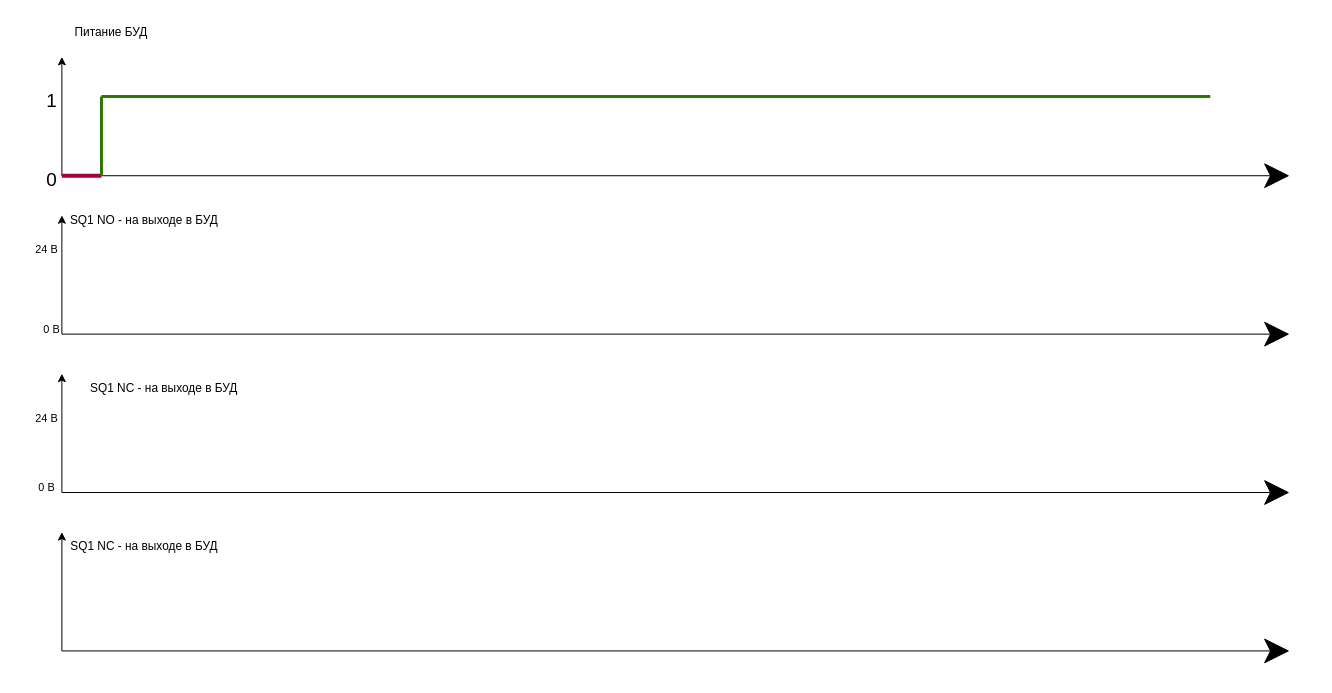
Earlier version of the draw.io diagram page "Страница-1" (1 of 2) of Предиктив.drawio (AymaaDD/drawio). Source tidied: cells renumbered, new cells numbered last; positions are measured from the earlier drawing's top-left corner, leaving out a move shared by most shapes. Both pictures are drawn from the tidied source at 99%, with x=0, y=0 at pixel (17, 17).
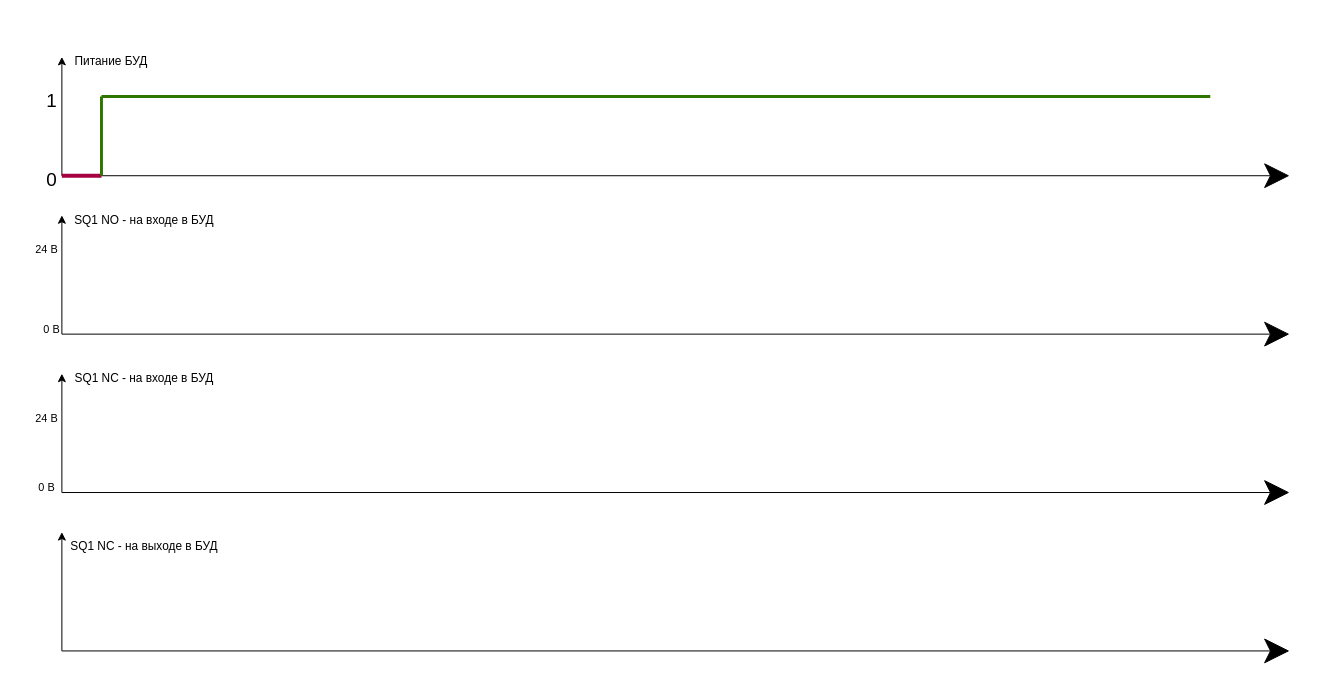
After the change.

Commit message:
Чет сделал

Diff of the diagram source:
```diff
@@
     <mxCell id="15" value="Питание БУД" style="text;html=1;whiteSpace=wrap;strokeColor=none;fillColor=none;align=center;verticalAlign=middle;rounded=0;" parent="1" vertex="1">
-      <mxGeometry x="45" width="100" height="30" as="geometry" />
+      <mxGeometry x="45" y="30" width="100" height="30" as="geometry" />
     </mxCell>
@@
-    <mxCell id="21" value="SQ1 NO - на выходе в БУД&amp;nbsp;" style="text;html=1;whiteSpace=wrap;strokeColor=none;fillColor=none;align=center;verticalAlign=middle;rounded=0;" parent="1" vertex="1">
+    <mxCell id="21" value="SQ1 NO - на входе в БУД&amp;nbsp;" style="text;html=1;whiteSpace=wrap;strokeColor=none;fillColor=none;align=center;verticalAlign=middle;rounded=0;" parent="1" vertex="1">
       <mxGeometry x="45" y="190" width="170" height="30" as="geometry" />
     </mxCell>
-    <mxCell id="22" value="SQ1 NC - на выходе в БУД&amp;nbsp;" style="text;html=1;whiteSpace=wrap;strokeColor=none;fillColor=none;align=center;verticalAlign=middle;rounded=0;" parent="1" vertex="1">
-      <mxGeometry x="65" y="360" width="170" height="30" as="geometry" />
+    <mxCell id="22" value="SQ1 NC - на входе в БУД&amp;nbsp;" style="text;html=1;whiteSpace=wrap;strokeColor=none;fillColor=none;align=center;verticalAlign=middle;rounded=0;" parent="1" vertex="1">
+      <mxGeometry x="45" y="350" width="170" height="30" as="geometry" />
     </mxCell>
```
